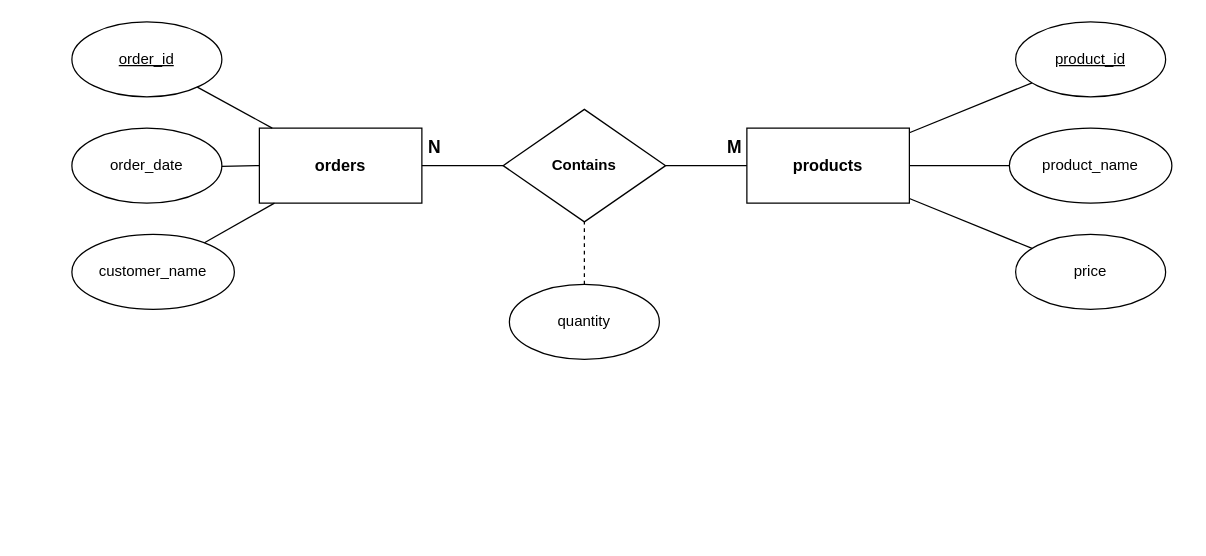
Above: Session03/exercise04.drawio in vung177/TSU260202_Module02 (draw.io), before the change. Source tidied: cells renumbered, new cells numbered last; positions are measured from the earlier drawing's top-left corner, leaving out a move shared by most shapes. Both pictures are drawn from the tidied source at 125%, with x=0, y=0 at pixel (71, 21).
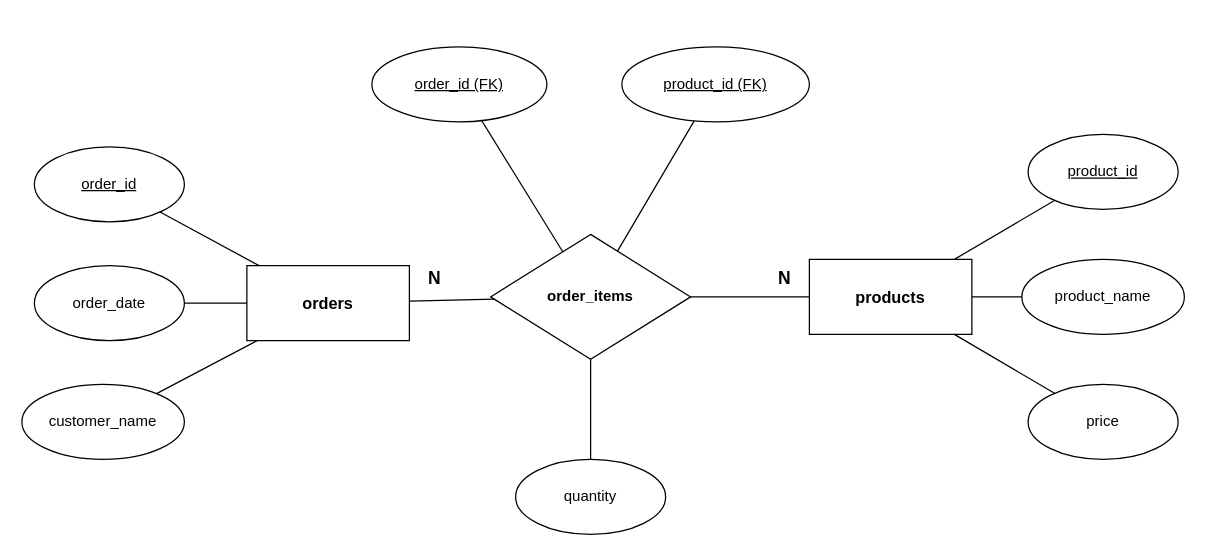
The same page after the edit.

Change to the diagram source:
```diff
@@
     <mxCell id="2" value="orders" style="rounded=0;whiteSpace=wrap;html=1;fontStyle=1;fontSize=13;" parent="1" vertex="1">
-      <mxGeometry x="150" y="85" width="130" height="60" as="geometry" />
+      <mxGeometry x="140" y="195" width="130" height="60" as="geometry" />
     </mxCell>
     <mxCell id="3" value="&lt;u&gt;order_id&lt;/u&gt;" style="ellipse;whiteSpace=wrap;html=1;" parent="1" vertex="1">
-      <mxGeometry width="120" height="60" as="geometry" />
+      <mxGeometry x="-30" y="100" width="120" height="60" as="geometry" />
     </mxCell>
     <mxCell id="4" value="order_date" style="ellipse;whiteSpace=wrap;html=1;" parent="1" vertex="1">
-      <mxGeometry y="85" width="120" height="60" as="geometry" />
+      <mxGeometry x="-30" y="195" width="120" height="60" as="geometry" />
     </mxCell>
     <mxCell id="5" value="customer_name" style="ellipse;whiteSpace=wrap;html=1;" parent="1" vertex="1">
-      <mxGeometry y="170" width="130" height="60" as="geometry" />
+      <mxGeometry x="-40" y="290" width="130" height="60" as="geometry" />
     </mxCell>
@@
-    <mxCell id="9" value="Contains" style="rhombus;whiteSpace=wrap;html=1;fontStyle=1;fontSize=12;" parent="1" vertex="1">
-      <mxGeometry x="345" y="70" width="130" height="90" as="geometry" />
+    <mxCell id="9" value="order_items" style="rhombus;whiteSpace=wrap;html=1;fontStyle=1;fontSize=12;" parent="1" vertex="1">
+      <mxGeometry x="335" y="170" width="160" height="100" as="geometry" />
     </mxCell>
@@
     <mxCell id="11" value="N" style="text;html=1;align=center;verticalAlign=middle;fontStyle=1;fontSize=14;" parent="1" vertex="1">
-      <mxGeometry x="270" y="85" width="40" height="30" as="geometry" />
+      <mxGeometry x="270" y="190" width="40" height="30" as="geometry" />
     </mxCell>
     <mxCell id="12" value="products" style="rounded=0;whiteSpace=wrap;html=1;fontStyle=1;fontSize=13;" parent="1" vertex="1">
-      <mxGeometry x="540" y="85" width="130" height="60" as="geometry" />
+      <mxGeometry x="590" y="190" width="130" height="60" as="geometry" />
     </mxCell>
@@
-    <mxCell id="14" value="M" style="text;html=1;align=center;verticalAlign=middle;fontStyle=1;fontSize=14;" parent="1" vertex="1">
-      <mxGeometry x="510" y="85" width="40" height="30" as="geometry" />
+    <mxCell id="14" value="N" style="text;html=1;align=center;verticalAlign=middle;fontStyle=1;fontSize=14;" parent="1" vertex="1">
+      <mxGeometry x="550" y="190" width="40" height="30" as="geometry" />
     </mxCell>
     <mxCell id="15" value="&lt;u&gt;product_id&lt;/u&gt;" style="ellipse;whiteSpace=wrap;html=1;" parent="1" vertex="1">
-      <mxGeometry x="755" width="120" height="60" as="geometry" />
+      <mxGeometry x="765" y="90" width="120" height="60" as="geometry" />
     </mxCell>
     <mxCell id="16" value="product_name" style="ellipse;whiteSpace=wrap;html=1;" parent="1" vertex="1">
-      <mxGeometry x="750" y="85" width="130" height="60" as="geometry" />
+      <mxGeometry x="760" y="190" width="130" height="60" as="geometry" />
     </mxCell>
     <mxCell id="17" value="price" style="ellipse;whiteSpace=wrap;html=1;" parent="1" vertex="1">
-      <mxGeometry x="755" y="170" width="120" height="60" as="geometry" />
+      <mxGeometry x="765" y="290" width="120" height="60" as="geometry" />
     </mxCell>
@@
     <mxCell id="21" value="quantity" style="ellipse;whiteSpace=wrap;html=1;" parent="1" vertex="1">
-      <mxGeometry x="350" y="210" width="120" height="60" as="geometry" />
+      <mxGeometry x="355" y="350" width="120" height="60" as="geometry" />
     </mxCell>
-    <mxCell id="22" style="endArrow=none;dashed=1;html=1;" parent="1" edge="1" source="21" target="9">
+    <mxCell id="22" style="endArrow=none;html=1;" parent="1" edge="1" source="21" target="9">
       <mxGeometry relative="1" as="geometry" />
     </mxCell>
+    <mxCell id="23" value="&lt;u&gt;order_id (FK)&lt;/u&gt;" style="ellipse;whiteSpace=wrap;html=1;" parent="1" vertex="1">
+      <mxGeometry x="240" y="20" width="140" height="60" as="geometry" />
+    </mxCell>
+    <mxCell id="24" style="endArrow=none;html=1;" parent="1" edge="1" source="23" target="9">
+      <mxGeometry relative="1" as="geometry" />
+    </mxCell>
+    <mxCell id="25" value="&lt;u&gt;product_id (FK)&lt;/u&gt;" style="ellipse;whiteSpace=wrap;html=1;" parent="1" vertex="1">
+      <mxGeometry x="440" y="20" width="150" height="60" as="geometry" />
+    </mxCell>
+    <mxCell id="26" style="endArrow=none;html=1;" parent="1" edge="1" source="25" target="9">
+      <mxGeometry relative="1" as="geometry" />
+    </mxCell>
```
